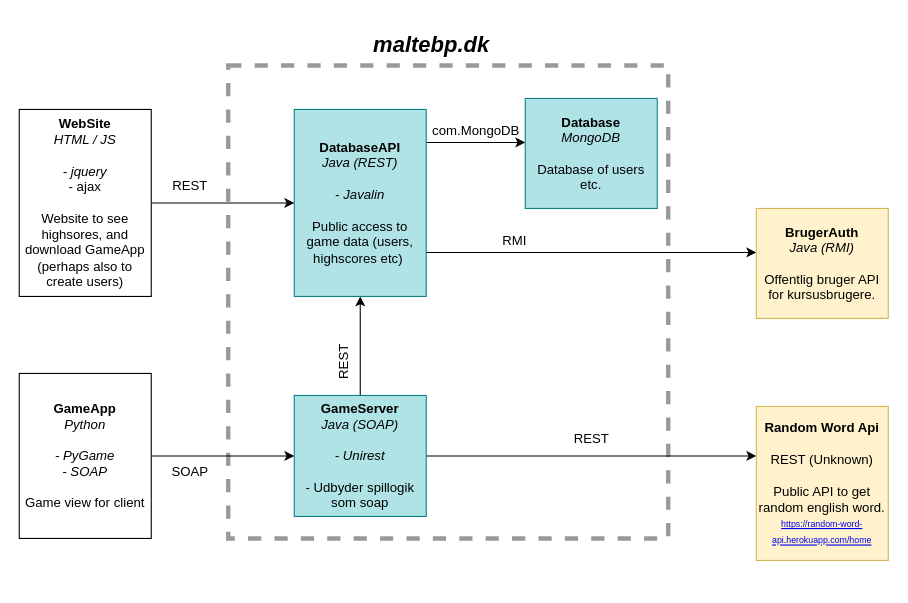
This is network_topology.drawio from maltebp/HangmanOnline, a draw.io file, before an edit. Source tidied: cells renumbered, new cells numbered last; positions are measured from the earlier drawing's top-left corner, leaving out a move shared by most shapes. Both pictures are drawn from the tidied source at 110%, with x=0, y=0 at pixel (19, 32).
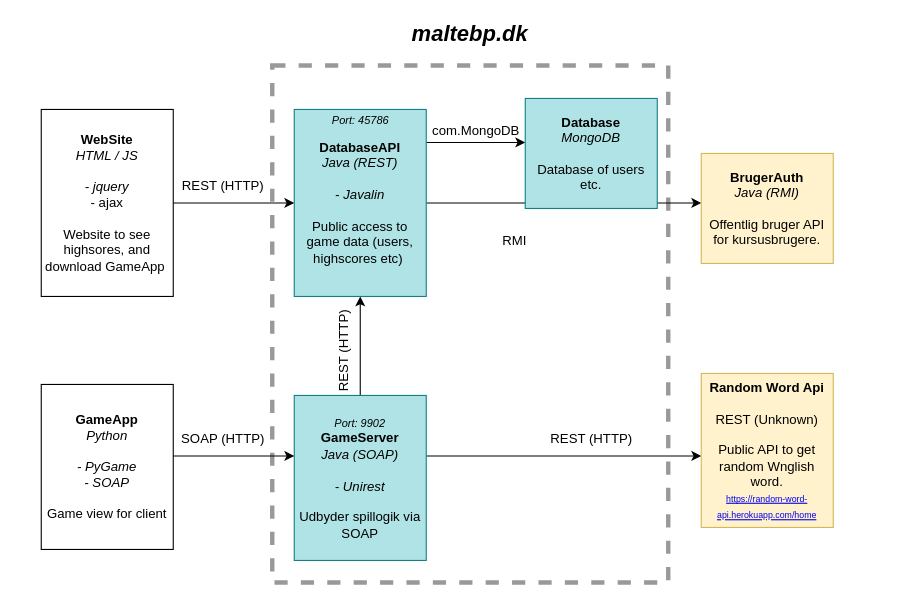
After the change.

Commit message:
Topology: Added ports and cleaned up a bit

The edit, as a diff of the source:
```diff
@@
     <mxCell id="2" style="rounded=0;whiteSpace=wrap;html=1;strokeColor=#999999;dashed=1;fillColor=none;strokeWidth=4;" parent="1" vertex="1">
-      <mxGeometry x="190" y="30" width="400" height="430" as="geometry" />
+      <mxGeometry x="230" y="30" width="360" height="470" as="geometry" />
     </mxCell>
@@
-    <mxCell id="5" value="&lt;b&gt;GameServer&lt;/b&gt;&lt;br&gt;&lt;i&gt;Java (SOAP)&lt;br&gt;&lt;br&gt;- Unirest&lt;br&gt;&lt;/i&gt;&lt;br&gt;- Udbyder spillogik som soap" style="rounded=0;whiteSpace=wrap;html=1;fillColor=#b0e3e6;strokeColor=#0e8088;" parent="1" vertex="1">
-      <mxGeometry x="250" y="330" width="120" height="110" as="geometry" />
+    <mxCell id="5" value="&lt;i style=&quot;font-size: 10px&quot;&gt;Port: 9902&lt;/i&gt;&lt;br&gt;&lt;b&gt;&lt;font style=&quot;font-size: 12px&quot;&gt;GameServer&lt;/font&gt;&lt;/b&gt;&lt;br&gt;&lt;i&gt;Java (SOAP)&lt;br&gt;&lt;br&gt;- Unirest&lt;br&gt;&lt;/i&gt;&lt;br&gt;Udbyder spillogik via SOAP" style="rounded=0;whiteSpace=wrap;html=1;fillColor=#b0e3e6;strokeColor=#0e8088;" parent="1" vertex="1">
+      <mxGeometry x="250" y="330" width="120" height="150" as="geometry" />
     </mxCell>
-    <mxCell id="6" style="edgeStyle=orthogonalEdgeStyle;rounded=0;jettySize=auto;html=1;entryX=0;entryY=0.5;entryDx=0;entryDy=0;" parent="1" edge="1" source="7" target="5">
-      <mxGeometry relative="1" as="geometry" />
+    <mxCell id="6" style="edgeStyle=orthogonalEdgeStyle;rounded=0;jettySize=auto;html=1;" parent="1" edge="1" source="7" target="5">
+      <mxGeometry relative="1" as="geometry">
+        <Array as="points">
+          <mxPoint x="220" y="385" />
+          <mxPoint x="220" y="385" />
+        </Array>
+      </mxGeometry>
     </mxCell>
     <mxCell id="7" value="&lt;b&gt;GameApp&lt;br&gt;&lt;/b&gt;&lt;i&gt;Python&lt;/i&gt;&lt;br&gt;&lt;br&gt;&lt;i&gt;- PyGame&lt;/i&gt;&lt;br&gt;&lt;i&gt;- SOAP&lt;/i&gt;&lt;br&gt;&lt;br&gt;Game view for client" style="rounded=0;whiteSpace=wrap;html=1;strokeColor=#000000;" parent="1" vertex="1">
-      <mxGeometry y="310" width="120" height="150" as="geometry" />
+      <mxGeometry x="20" y="320" width="120" height="150" as="geometry" />
     </mxCell>
-    <mxCell id="8" value="&lt;b&gt;WebSite&lt;br&gt;&lt;/b&gt;&lt;i&gt;HTML / JS&lt;/i&gt;&lt;br&gt;&lt;br&gt;&lt;i&gt;- jquery&lt;br&gt;&lt;/i&gt;- ajax&lt;br&gt;&lt;br&gt;Website to see highsores, and download GameApp (perhaps also to create users)" style="rounded=0;whiteSpace=wrap;html=1;strokeColor=#000000;" parent="1" vertex="1">
-      <mxGeometry y="70" width="120" height="170" as="geometry" />
+    <mxCell id="8" value="&lt;b&gt;WebSite&lt;br&gt;&lt;/b&gt;&lt;i&gt;HTML / JS&lt;/i&gt;&lt;br&gt;&lt;br&gt;&lt;i&gt;- jquery&lt;br&gt;&lt;/i&gt;- ajax&lt;br&gt;&lt;br&gt;Website to see highsores, and download GameApp&amp;nbsp;" style="rounded=0;whiteSpace=wrap;html=1;strokeColor=#000000;" parent="1" vertex="1">
+      <mxGeometry x="20" y="70" width="120" height="170" as="geometry" />
     </mxCell>
@@
     <mxCell id="13" value="&lt;b&gt;BrugerAuth&lt;br&gt;&lt;/b&gt;&lt;i&gt;Java (RMI)&lt;/i&gt;&lt;br&gt;&lt;br&gt;Offentlig bruger API for kursusbrugere." style="rounded=0;whiteSpace=wrap;html=1;fillColor=#fff2cc;strokeColor=#d6b656;" parent="1" vertex="1">
-      <mxGeometry x="670" y="160" width="120" height="100" as="geometry" />
+      <mxGeometry x="620" y="110" width="120" height="100" as="geometry" />
     </mxCell>
@@
     <mxCell id="15" value="&lt;font style=&quot;font-size: 20px&quot;&gt;&lt;b&gt;&lt;i&gt;maltebp.dk&lt;/i&gt;&lt;/b&gt;&lt;/font&gt;" style="text;html=1;strokeColor=none;fillColor=none;align=center;verticalAlign=middle;whiteSpace=wrap;rounded=0;dashed=1;" parent="1" vertex="1">
-      <mxGeometry x="300" width="150" height="20" as="geometry" />
+      <mxGeometry x="335" y="-10" width="150" height="20" as="geometry" />
     </mxCell>
-    <mxCell id="16" value="&lt;div&gt;REST&lt;/div&gt;" style="text;html=1;align=center;verticalAlign=middle;rotation=-90;" parent="1" vertex="1">
-      <mxGeometry x="270" y="290" width="50" height="20" as="geometry" />
+    <mxCell id="16" value="&lt;div&gt;REST (HTTP)&lt;/div&gt;" style="text;html=1;align=center;verticalAlign=middle;rotation=-90;" parent="1" vertex="1">
+      <mxGeometry x="250" y="280" width="90" height="20" as="geometry" />
     </mxCell>
-    <mxCell id="17" value="&lt;div&gt;REST&lt;/div&gt;" style="text;html=1;align=center;verticalAlign=middle;" parent="1" vertex="1">
-      <mxGeometry x="130" y="130" width="50" height="20" as="geometry" />
+    <mxCell id="17" value="&lt;div&gt;REST (HTTP)&lt;/div&gt;" style="text;html=1;align=center;verticalAlign=middle;" parent="1" vertex="1">
+      <mxGeometry x="140" y="130" width="90" height="20" as="geometry" />
     </mxCell>
@@
-    <mxCell id="19" value="SOAP" style="text;html=1;align=center;verticalAlign=middle;" parent="1" vertex="1">
-      <mxGeometry x="130" y="390" width="50" height="20" as="geometry" />
+    <mxCell id="19" value="SOAP (HTTP)" style="text;html=1;align=center;verticalAlign=middle;" parent="1" vertex="1">
+      <mxGeometry x="140" y="360" width="90" height="20" as="geometry" />
     </mxCell>
@@
-    <mxCell id="21" value="&lt;b&gt;Random Word Api&lt;br&gt;&lt;/b&gt;&lt;i&gt;&lt;br&gt;&lt;/i&gt;REST (Unknown)&lt;br&gt;&lt;br&gt;Public API to get random english word.&lt;br&gt;&lt;a href=&quot;https://random-word-api.herokuapp.com/home&quot;&gt;&lt;font style=&quot;font-size: 8px&quot;&gt;https://random-word-api.herokuapp.com/home&lt;/font&gt;&lt;/a&gt;" style="rounded=0;whiteSpace=wrap;html=1;fillColor=#fff2cc;strokeColor=#d6b656;" parent="1" vertex="1">
-      <mxGeometry x="670" y="340" width="120" height="140" as="geometry" />
+    <mxCell id="21" value="&lt;b&gt;Random Word Api&lt;br&gt;&lt;/b&gt;&lt;i&gt;&lt;br&gt;&lt;/i&gt;REST (Unknown)&lt;br&gt;&lt;br&gt;Public API to get random Wnglish word.&lt;br&gt;&lt;a href=&quot;https://random-word-api.herokuapp.com/home&quot;&gt;&lt;font style=&quot;font-size: 8px&quot;&gt;https://random-word-api.herokuapp.com/home&lt;/font&gt;&lt;/a&gt;" style="rounded=0;whiteSpace=wrap;html=1;fillColor=#fff2cc;strokeColor=#d6b656;" parent="1" vertex="1">
+      <mxGeometry x="620" y="310" width="120" height="140" as="geometry" />
     </mxCell>
-    <mxCell id="22" value="&lt;div&gt;REST&lt;/div&gt;" style="text;html=1;align=center;verticalAlign=middle;" parent="1" vertex="1">
-      <mxGeometry x="495" y="360" width="50" height="20" as="geometry" />
+    <mxCell id="22" value="&lt;div&gt;REST (HTTP)&lt;/div&gt;" style="text;html=1;align=center;verticalAlign=middle;" parent="1" vertex="1">
+      <mxGeometry x="475" y="360" width="90" height="20" as="geometry" />
     </mxCell>
+    <mxCell id="23" value="&lt;i&gt;&lt;font style=&quot;font-size: 10px&quot;&gt;Port: 45786&lt;/font&gt;&lt;/i&gt;" style="text;html=1;align=center;verticalAlign=middle;" parent="1" vertex="1">
+      <mxGeometry x="275" y="70" width="70" height="20" as="geometry" />
+    </mxCell>
```
